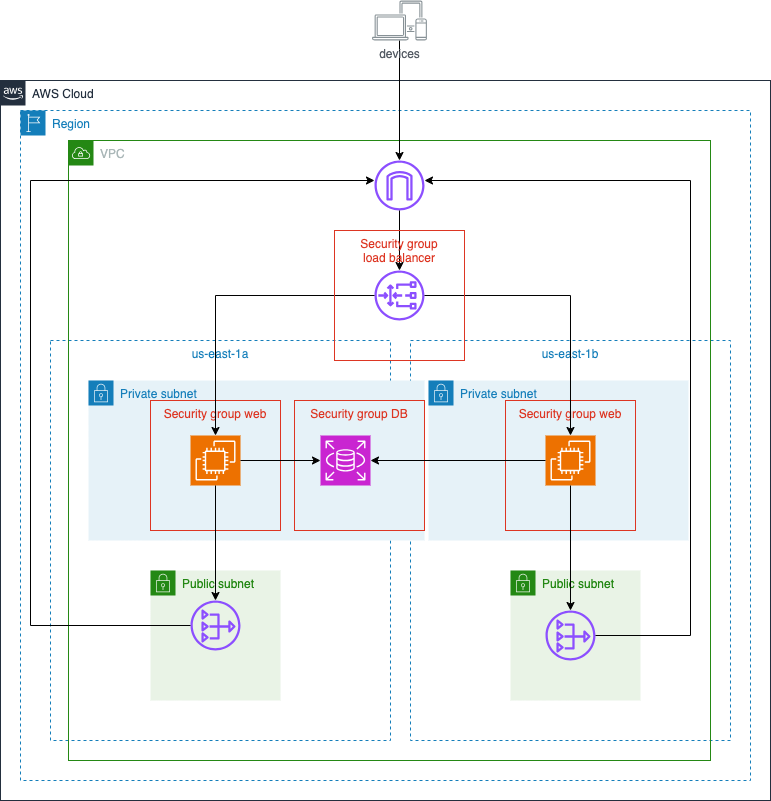
Before: diagrams/AWS_architecture.drawio.png, a diagram exported from draw.io (huyphamch/terraform-aws-create-scalable-web-rds). Source tidied: cells renumbered, new cells last; positions are measured from the earlier drawing's top-left corner, leaving out a move shared by most shapes.
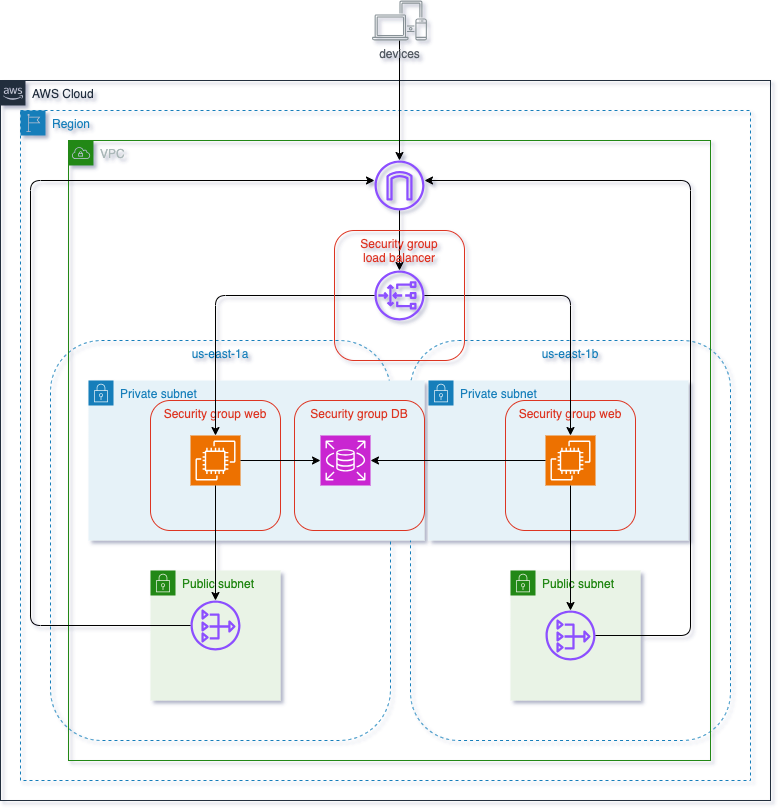
After the change.

Change to the diagram source:
```diff
@@ -1,71 +1,71 @@
-<mxGraphModel>
+<mxGraphModel shadow="1">
   <root>
     <mxCell id="0" />
     <mxCell id="1" parent="0" />
-    <mxCell id="2" value="AWS Cloud" style="gradientColor=none;html=1;whiteSpace=wrap;fontSize=12;fontStyle=0;shape=mxgraph.aws4.group;grIcon=mxgraph.aws4.group_aws_cloud_alt;strokeColor=#232F3E;fillColor=none;verticalAlign=top;align=left;spacingLeft=30;fontColor=#232F3E;dashed=0;" parent="1" vertex="1">
+    <mxCell id="2" value="AWS Cloud" style="gradientColor=none;html=1;whiteSpace=wrap;fontSize=12;fontStyle=0;shape=mxgraph.aws4.group;grIcon=mxgraph.aws4.group_aws_cloud_alt;strokeColor=#232F3E;fillColor=none;verticalAlign=top;align=left;spacingLeft=30;fontColor=#232F3E;dashed=0;rounded=1;" parent="1" vertex="1">
       <mxGeometry y="80" width="770" height="720" as="geometry" />
     </mxCell>
-    <mxCell id="3" value="Region" style="gradientColor=none;html=1;whiteSpace=wrap;fontSize=12;fontStyle=0;shape=mxgraph.aws4.group;grIcon=mxgraph.aws4.group_region;strokeColor=#147EBA;fillColor=none;verticalAlign=top;align=left;spacingLeft=30;fontColor=#147EBA;dashed=1;" parent="2" vertex="1">
+    <mxCell id="3" value="Region" style="gradientColor=none;html=1;whiteSpace=wrap;fontSize=12;fontStyle=0;shape=mxgraph.aws4.group;grIcon=mxgraph.aws4.group_region;strokeColor=#147EBA;fillColor=none;verticalAlign=top;align=left;spacingLeft=30;fontColor=#147EBA;dashed=1;rounded=1;" parent="2" vertex="1">
       <mxGeometry x="20" y="30" width="730" height="670" as="geometry" />
     </mxCell>
-    <mxCell id="4" value="us-east-1a" style="fillColor=none;strokeColor=#147EBA;dashed=1;verticalAlign=top;fontStyle=0;fontColor=#147EBA;whiteSpace=wrap;html=1;" parent="3" vertex="1">
+    <mxCell id="4" value="us-east-1a" style="fillColor=none;strokeColor=#147EBA;dashed=1;verticalAlign=top;fontStyle=0;fontColor=#147EBA;whiteSpace=wrap;html=1;rounded=1;" parent="3" vertex="1">
       <mxGeometry x="30" y="230" width="340" height="400" as="geometry" />
     </mxCell>
-    <mxCell id="5" value="us-east-1b" style="fillColor=none;strokeColor=#147EBA;dashed=1;verticalAlign=top;fontStyle=0;fontColor=#147EBA;whiteSpace=wrap;html=1;" parent="3" vertex="1">
+    <mxCell id="5" value="us-east-1b" style="fillColor=none;strokeColor=#147EBA;dashed=1;verticalAlign=top;fontStyle=0;fontColor=#147EBA;whiteSpace=wrap;html=1;rounded=1;" parent="3" vertex="1">
       <mxGeometry x="390" y="230" width="320" height="400" as="geometry" />
     </mxCell>
-    <mxCell id="6" value="VPC" style="gradientColor=none;html=1;whiteSpace=wrap;fontSize=12;fontStyle=0;shape=mxgraph.aws4.group;grIcon=mxgraph.aws4.group_vpc;strokeColor=#248814;fillColor=none;verticalAlign=top;align=left;spacingLeft=30;fontColor=#AAB7B8;dashed=0;" parent="3" vertex="1">
+    <mxCell id="6" value="VPC" style="gradientColor=none;html=1;whiteSpace=wrap;fontSize=12;fontStyle=0;shape=mxgraph.aws4.group;grIcon=mxgraph.aws4.group_vpc;strokeColor=#248814;fillColor=none;verticalAlign=top;align=left;spacingLeft=30;fontColor=#AAB7B8;dashed=0;rounded=1;" parent="3" vertex="1">
       <mxGeometry x="48" y="30" width="642" height="620" as="geometry" />
     </mxCell>
-    <mxCell id="7" style="sketch=0;outlineConnect=0;fontColor=#232F3E;gradientColor=none;fillColor=#8C4FFF;strokeColor=none;dashed=0;verticalLabelPosition=bottom;verticalAlign=top;align=center;html=1;fontSize=12;fontStyle=0;shape=mxgraph.aws4.internet_gateway;" parent="6" vertex="1">
+    <mxCell id="7" style="outlineConnect=0;fontColor=#232F3E;gradientColor=none;fillColor=#8C4FFF;strokeColor=none;dashed=0;verticalLabelPosition=bottom;verticalAlign=top;align=center;html=1;fontSize=12;fontStyle=0;shape=mxgraph.aws4.internet_gateway;rounded=1;" parent="6" vertex="1">
       <mxGeometry x="306" y="20" width="50" height="50" as="geometry" />
     </mxCell>
-    <mxCell id="8" style="sketch=0;outlineConnect=0;fontColor=#232F3E;gradientColor=none;fillColor=#8C4FFF;strokeColor=none;dashed=0;verticalLabelPosition=bottom;verticalAlign=top;align=center;html=1;fontSize=12;fontStyle=0;shape=mxgraph.aws4.gateway_load_balancer;" parent="6" vertex="1">
+    <mxCell id="8" style="outlineConnect=0;fontColor=#232F3E;gradientColor=none;fillColor=#8C4FFF;strokeColor=none;dashed=0;verticalLabelPosition=bottom;verticalAlign=top;align=center;html=1;fontSize=12;fontStyle=0;shape=mxgraph.aws4.gateway_load_balancer;rounded=1;" parent="6" vertex="1">
       <mxGeometry x="306" y="130" width="50" height="50" as="geometry" />
     </mxCell>
-    <mxCell id="9" style="edgeStyle=orthogonalEdgeStyle;rounded=0;jettySize=auto;html=1;" parent="6" edge="1" source="7" target="8">
+    <mxCell id="9" style="edgeStyle=orthogonalEdgeStyle;rounded=1;jettySize=auto;html=1;" parent="6" edge="1" source="7" target="8">
       <mxGeometry relative="1" as="geometry" />
     </mxCell>
-    <mxCell id="10" value="Private subnet" style="gradientColor=none;html=1;whiteSpace=wrap;fontSize=12;fontStyle=0;shape=mxgraph.aws4.group;grIcon=mxgraph.aws4.group_security_group;grStroke=0;strokeColor=#147EBA;fillColor=#E6F2F8;verticalAlign=top;align=left;spacingLeft=30;fontColor=#147EBA;dashed=0;" parent="6" vertex="1">
+    <mxCell id="10" value="Private subnet" style="gradientColor=none;html=1;whiteSpace=wrap;fontSize=12;fontStyle=0;shape=mxgraph.aws4.group;grIcon=mxgraph.aws4.group_security_group;grStroke=0;strokeColor=#147EBA;fillColor=#E6F2F8;verticalAlign=top;align=left;spacingLeft=30;fontColor=#147EBA;dashed=0;rounded=1;" parent="6" vertex="1">
       <mxGeometry x="20" y="240" width="336" height="160" as="geometry" />
     </mxCell>
-    <mxCell id="11" value="Security group web" style="fillColor=none;strokeColor=#DD3522;verticalAlign=top;fontStyle=0;fontColor=#DD3522;whiteSpace=wrap;html=1;" parent="10" vertex="1">
+    <mxCell id="11" value="Security group web" style="fillColor=none;strokeColor=#DD3522;verticalAlign=top;fontStyle=0;fontColor=#DD3522;whiteSpace=wrap;html=1;rounded=1;" parent="10" vertex="1">
       <mxGeometry x="62" y="20" width="130" height="130" as="geometry" />
     </mxCell>
-    <mxCell id="12" style="sketch=0;points=[[0,0,0],[0.25,0,0],[0.5,0,0],[0.75,0,0],[1,0,0],[0,1,0],[0.25,1,0],[0.5,1,0],[0.75,1,0],[1,1,0],[0,0.25,0],[0,0.5,0],[0,0.75,0],[1,0.25,0],[1,0.5,0],[1,0.75,0]];outlineConnect=0;fontColor=#232F3E;fillColor=#ED7100;strokeColor=#ffffff;dashed=0;verticalLabelPosition=bottom;verticalAlign=top;align=center;html=1;fontSize=12;fontStyle=0;shape=mxgraph.aws4.resourceIcon;resIcon=mxgraph.aws4.ec2;" parent="10" vertex="1">
+    <mxCell id="12" style="points=[[0,0,0],[0.25,0,0],[0.5,0,0],[0.75,0,0],[1,0,0],[0,1,0],[0.25,1,0],[0.5,1,0],[0.75,1,0],[1,1,0],[0,0.25,0],[0,0.5,0],[0,0.75,0],[1,0.25,0],[1,0.5,0],[1,0.75,0]];outlineConnect=0;fontColor=#232F3E;fillColor=#ED7100;strokeColor=#ffffff;dashed=0;verticalLabelPosition=bottom;verticalAlign=top;align=center;html=1;fontSize=12;fontStyle=0;shape=mxgraph.aws4.resourceIcon;resIcon=mxgraph.aws4.ec2;rounded=1;" parent="10" vertex="1">
       <mxGeometry x="102" y="55" width="50" height="50" as="geometry" />
     </mxCell>
-    <mxCell id="13" value="Security group DB" style="fillColor=none;strokeColor=#DD3522;verticalAlign=top;fontStyle=0;fontColor=#DD3522;whiteSpace=wrap;html=1;" parent="10" vertex="1">
+    <mxCell id="13" value="Security group DB" style="fillColor=none;strokeColor=#DD3522;verticalAlign=top;fontStyle=0;fontColor=#DD3522;whiteSpace=wrap;html=1;rounded=1;" parent="10" vertex="1">
       <mxGeometry x="206" y="20" width="130" height="130" as="geometry" />
     </mxCell>
-    <mxCell id="14" style="sketch=0;points=[[0,0,0],[0.25,0,0],[0.5,0,0],[0.75,0,0],[1,0,0],[0,1,0],[0.25,1,0],[0.5,1,0],[0.75,1,0],[1,1,0],[0,0.25,0],[0,0.5,0],[0,0.75,0],[1,0.25,0],[1,0.5,0],[1,0.75,0]];outlineConnect=0;fontColor=#232F3E;fillColor=#C925D1;strokeColor=#ffffff;dashed=0;verticalLabelPosition=bottom;verticalAlign=top;align=center;html=1;fontSize=12;fontStyle=0;shape=mxgraph.aws4.resourceIcon;resIcon=mxgraph.aws4.rds;" parent="10" vertex="1">
+    <mxCell id="14" style="points=[[0,0,0],[0.25,0,0],[0.5,0,0],[0.75,0,0],[1,0,0],[0,1,0],[0.25,1,0],[0.5,1,0],[0.75,1,0],[1,1,0],[0,0.25,0],[0,0.5,0],[0,0.75,0],[1,0.25,0],[1,0.5,0],[1,0.75,0]];outlineConnect=0;fontColor=#232F3E;fillColor=#C925D1;strokeColor=#ffffff;dashed=0;verticalLabelPosition=bottom;verticalAlign=top;align=center;html=1;fontSize=12;fontStyle=0;shape=mxgraph.aws4.resourceIcon;resIcon=mxgraph.aws4.rds;rounded=1;" parent="10" vertex="1">
       <mxGeometry x="232" y="55" width="50" height="50" as="geometry" />
     </mxCell>
-    <mxCell id="15" style="edgeStyle=orthogonalEdgeStyle;rounded=0;jettySize=auto;html=1;" parent="10" edge="1" source="12" target="14">
+    <mxCell id="15" style="edgeStyle=orthogonalEdgeStyle;rounded=1;jettySize=auto;html=1;" parent="10" edge="1" source="12" target="14">
       <mxGeometry relative="1" as="geometry" />
     </mxCell>
-    <mxCell id="16" value="Private subnet" style="gradientColor=none;html=1;whiteSpace=wrap;fontSize=12;fontStyle=0;shape=mxgraph.aws4.group;grIcon=mxgraph.aws4.group_security_group;grStroke=0;strokeColor=#147EBA;fillColor=#E6F2F8;verticalAlign=top;align=left;spacingLeft=30;fontColor=#147EBA;dashed=0;" parent="6" vertex="1">
+    <mxCell id="16" value="Private subnet" style="gradientColor=none;html=1;whiteSpace=wrap;fontSize=12;fontStyle=0;shape=mxgraph.aws4.group;grIcon=mxgraph.aws4.group_security_group;grStroke=0;strokeColor=#147EBA;fillColor=#E6F2F8;verticalAlign=top;align=left;spacingLeft=30;fontColor=#147EBA;dashed=0;rounded=1;fillStyle=auto;" parent="6" vertex="1">
       <mxGeometry x="360" y="240" width="260" height="160" as="geometry" />
     </mxCell>
-    <mxCell id="17" value="Security group web" style="fillColor=none;strokeColor=#DD3522;verticalAlign=top;fontStyle=0;fontColor=#DD3522;whiteSpace=wrap;html=1;" parent="16" vertex="1">
+    <mxCell id="17" value="Security group web" style="fillColor=none;strokeColor=#DD3522;verticalAlign=top;fontStyle=0;fontColor=#DD3522;whiteSpace=wrap;html=1;rounded=1;" parent="16" vertex="1">
       <mxGeometry x="77" y="20" width="130" height="130" as="geometry" />
     </mxCell>
-    <mxCell id="18" style="sketch=0;points=[[0,0,0],[0.25,0,0],[0.5,0,0],[0.75,0,0],[1,0,0],[0,1,0],[0.25,1,0],[0.5,1,0],[0.75,1,0],[1,1,0],[0,0.25,0],[0,0.5,0],[0,0.75,0],[1,0.25,0],[1,0.5,0],[1,0.75,0]];outlineConnect=0;fontColor=#232F3E;fillColor=#ED7100;strokeColor=#ffffff;dashed=0;verticalLabelPosition=bottom;verticalAlign=top;align=center;html=1;fontSize=12;fontStyle=0;shape=mxgraph.aws4.resourceIcon;resIcon=mxgraph.aws4.ec2;" parent="16" vertex="1">
+    <mxCell id="18" style="points=[[0,0,0],[0.25,0,0],[0.5,0,0],[0.75,0,0],[1,0,0],[0,1,0],[0.25,1,0],[0.5,1,0],[0.75,1,0],[1,1,0],[0,0.25,0],[0,0.5,0],[0,0.75,0],[1,0.25,0],[1,0.5,0],[1,0.75,0]];outlineConnect=0;fontColor=#232F3E;fillColor=#ED7100;strokeColor=#ffffff;dashed=0;verticalLabelPosition=bottom;verticalAlign=top;align=center;html=1;fontSize=12;fontStyle=0;shape=mxgraph.aws4.resourceIcon;resIcon=mxgraph.aws4.ec2;rounded=1;" parent="16" vertex="1">
       <mxGeometry x="117" y="55" width="50" height="50" as="geometry" />
     </mxCell>
-    <mxCell id="19" value="Public subnet" style="gradientColor=none;html=1;whiteSpace=wrap;fontSize=12;fontStyle=0;shape=mxgraph.aws4.group;grIcon=mxgraph.aws4.group_security_group;grStroke=0;strokeColor=#248814;fillColor=#E9F3E6;verticalAlign=top;align=left;spacingLeft=30;fontColor=#248814;dashed=0;" parent="6" vertex="1">
+    <mxCell id="19" value="Public subnet" style="gradientColor=none;html=1;whiteSpace=wrap;fontSize=12;fontStyle=0;shape=mxgraph.aws4.group;grIcon=mxgraph.aws4.group_security_group;grStroke=0;strokeColor=#248814;fillColor=#E9F3E6;verticalAlign=top;align=left;spacingLeft=30;fontColor=#248814;dashed=0;rounded=1;" parent="6" vertex="1">
       <mxGeometry x="82" y="430" width="130" height="130" as="geometry" />
     </mxCell>
-    <mxCell id="20" style="sketch=0;outlineConnect=0;fontColor=#232F3E;gradientColor=none;fillColor=#8C4FFF;strokeColor=none;dashed=0;verticalLabelPosition=bottom;verticalAlign=top;align=center;html=1;fontSize=12;fontStyle=0;shape=mxgraph.aws4.nat_gateway;" parent="19" vertex="1">
+    <mxCell id="20" style="outlineConnect=0;fontColor=#232F3E;gradientColor=none;fillColor=#8C4FFF;strokeColor=none;dashed=0;verticalLabelPosition=bottom;verticalAlign=top;align=center;html=1;fontSize=12;fontStyle=0;shape=mxgraph.aws4.nat_gateway;rounded=1;" parent="19" vertex="1">
       <mxGeometry x="40" y="30" width="50" height="50" as="geometry" />
     </mxCell>
-    <mxCell id="21" value="Public subnet" style="gradientColor=none;html=1;whiteSpace=wrap;fontSize=12;fontStyle=0;shape=mxgraph.aws4.group;grIcon=mxgraph.aws4.group_security_group;grStroke=0;strokeColor=#248814;fillColor=#E9F3E6;verticalAlign=top;align=left;spacingLeft=30;fontColor=#248814;dashed=0;" parent="6" vertex="1">
+    <mxCell id="21" value="Public subnet" style="gradientColor=none;html=1;whiteSpace=wrap;fontSize=12;fontStyle=0;shape=mxgraph.aws4.group;grIcon=mxgraph.aws4.group_security_group;grStroke=0;strokeColor=#248814;fillColor=#E9F3E6;verticalAlign=top;align=left;spacingLeft=30;fontColor=#248814;dashed=0;rounded=1;" parent="6" vertex="1">
       <mxGeometry x="442" y="430" width="130" height="130" as="geometry" />
     </mxCell>
-    <mxCell id="22" style="sketch=0;outlineConnect=0;fontColor=#232F3E;gradientColor=none;fillColor=#8C4FFF;strokeColor=none;dashed=0;verticalLabelPosition=bottom;verticalAlign=top;align=center;html=1;fontSize=12;fontStyle=0;shape=mxgraph.aws4.nat_gateway;" parent="21" vertex="1">
+    <mxCell id="22" style="outlineConnect=0;fontColor=#232F3E;gradientColor=none;fillColor=#8C4FFF;strokeColor=none;dashed=0;verticalLabelPosition=bottom;verticalAlign=top;align=center;html=1;fontSize=12;fontStyle=0;shape=mxgraph.aws4.nat_gateway;rounded=1;" parent="21" vertex="1">
       <mxGeometry x="35" y="40" width="50" height="50" as="geometry" />
     </mxCell>
-    <mxCell id="23" style="edgeStyle=orthogonalEdgeStyle;rounded=0;jettySize=auto;html=1;" parent="6" edge="1" source="22" target="7">
+    <mxCell id="23" style="edgeStyle=orthogonalEdgeStyle;rounded=1;jettySize=auto;html=1;" parent="6" edge="1" source="22" target="7">
       <mxGeometry relative="1" as="geometry">
         <Array as="points">
           <mxPoint x="622" y="495" />
@@ -73,7 +73,7 @@
         </Array>
       </mxGeometry>
     </mxCell>
-    <mxCell id="24" style="edgeStyle=orthogonalEdgeStyle;rounded=0;jettySize=auto;html=1;" parent="6" edge="1" source="20" target="7">
+    <mxCell id="24" style="edgeStyle=orthogonalEdgeStyle;rounded=1;jettySize=auto;html=1;" parent="6" edge="1" source="20" target="7">
       <mxGeometry relative="1" as="geometry">
         <Array as="points">
           <mxPoint x="-38" y="485" />
@@ -81,28 +81,28 @@
         </Array>
       </mxGeometry>
     </mxCell>
-    <mxCell id="25" style="edgeStyle=orthogonalEdgeStyle;rounded=0;jettySize=auto;html=1;entryX=0.5;entryY=0;entryDx=0;entryDy=0;entryPerimeter=0;" parent="6" edge="1" source="8" target="12">
+    <mxCell id="25" style="edgeStyle=orthogonalEdgeStyle;rounded=1;jettySize=auto;html=1;entryX=0.5;entryY=0;entryDx=0;entryDy=0;entryPerimeter=0;" parent="6" edge="1" source="8" target="12">
       <mxGeometry relative="1" as="geometry" />
     </mxCell>
-    <mxCell id="26" style="edgeStyle=orthogonalEdgeStyle;rounded=0;jettySize=auto;html=1;" parent="6" edge="1" source="12" target="20">
+    <mxCell id="26" style="edgeStyle=orthogonalEdgeStyle;rounded=1;jettySize=auto;html=1;" parent="6" edge="1" source="12" target="20">
       <mxGeometry relative="1" as="geometry" />
     </mxCell>
-    <mxCell id="27" style="edgeStyle=orthogonalEdgeStyle;rounded=0;jettySize=auto;html=1;entryX=0.5;entryY=0;entryDx=0;entryDy=0;entryPerimeter=0;" parent="6" edge="1" source="8" target="18">
+    <mxCell id="27" style="edgeStyle=orthogonalEdgeStyle;rounded=1;jettySize=auto;html=1;entryX=0.5;entryY=0;entryDx=0;entryDy=0;entryPerimeter=0;" parent="6" edge="1" source="8" target="18">
       <mxGeometry relative="1" as="geometry" />
     </mxCell>
-    <mxCell id="28" style="edgeStyle=orthogonalEdgeStyle;rounded=0;jettySize=auto;html=1;" parent="6" edge="1" source="18" target="22">
+    <mxCell id="28" style="edgeStyle=orthogonalEdgeStyle;rounded=1;jettySize=auto;html=1;" parent="6" edge="1" source="18" target="22">
       <mxGeometry relative="1" as="geometry" />
     </mxCell>
-    <mxCell id="29" value="Security group&lt;br&gt;load balancer" style="fillColor=none;strokeColor=#DD3522;verticalAlign=top;fontStyle=0;fontColor=#DD3522;whiteSpace=wrap;html=1;" parent="6" vertex="1">
+    <mxCell id="29" value="Security group&lt;br&gt;load balancer" style="fillColor=none;strokeColor=#DD3522;verticalAlign=top;fontStyle=0;fontColor=#DD3522;whiteSpace=wrap;html=1;rounded=1;" parent="6" vertex="1">
       <mxGeometry x="266" y="90" width="130" height="130" as="geometry" />
     </mxCell>
-    <mxCell id="30" style="edgeStyle=orthogonalEdgeStyle;rounded=0;jettySize=auto;html=1;entryX=1;entryY=0.5;entryDx=0;entryDy=0;entryPerimeter=0;" parent="6" edge="1" source="18" target="14">
+    <mxCell id="30" style="edgeStyle=orthogonalEdgeStyle;rounded=1;jettySize=auto;html=1;entryX=1;entryY=0.5;entryDx=0;entryDy=0;entryPerimeter=0;" parent="6" edge="1" source="18" target="14">
       <mxGeometry relative="1" as="geometry" />
     </mxCell>
-    <mxCell id="31" style="edgeStyle=orthogonalEdgeStyle;rounded=0;jettySize=auto;html=1;" parent="1" edge="1" source="32" target="7">
+    <mxCell id="31" style="edgeStyle=orthogonalEdgeStyle;rounded=1;jettySize=auto;html=1;" parent="1" edge="1" source="32" target="7">
       <mxGeometry relative="1" as="geometry" />
     </mxCell>
-    <mxCell id="32" value="devices" style="sketch=0;outlineConnect=0;gradientColor=none;fontColor=#545B64;strokeColor=none;fillColor=#879196;dashed=0;verticalLabelPosition=bottom;verticalAlign=top;align=center;html=1;fontSize=12;fontStyle=0;shape=mxgraph.aws4.illustration_devices;" parent="1" vertex="1">
+    <mxCell id="32" value="devices" style="outlineConnect=0;gradientColor=none;fontColor=#545B64;strokeColor=none;fillColor=#879196;dashed=0;verticalLabelPosition=bottom;verticalAlign=top;align=center;html=1;fontSize=12;fontStyle=0;shape=mxgraph.aws4.illustration_devices;rounded=1;" parent="1" vertex="1">
       <mxGeometry x="371.6" width="54.8" height="40" as="geometry" />
     </mxCell>
   </root>
```
